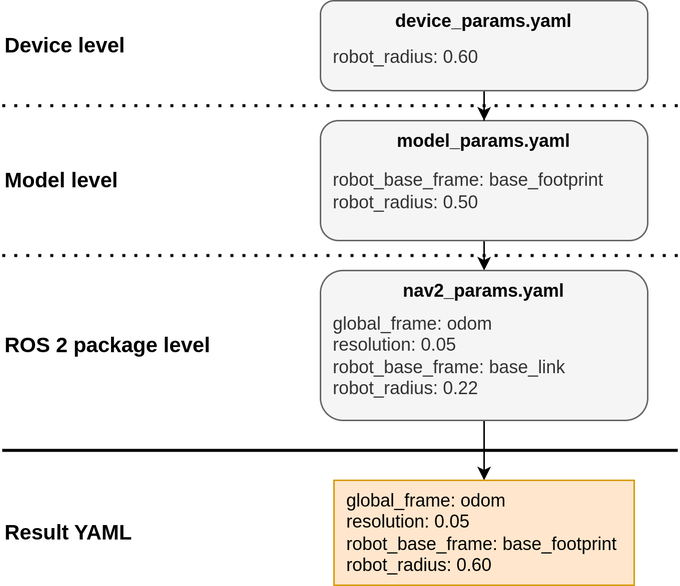
Karelics/param_configuration keeps this draw.io diagram as images/yaml_overlaying.drawio.png. Above is the earlier version. Source tidied: cells renumbered, new cells last; positions are measured from the earlier drawing's top-left corner, leaving out a move shared by most shapes.
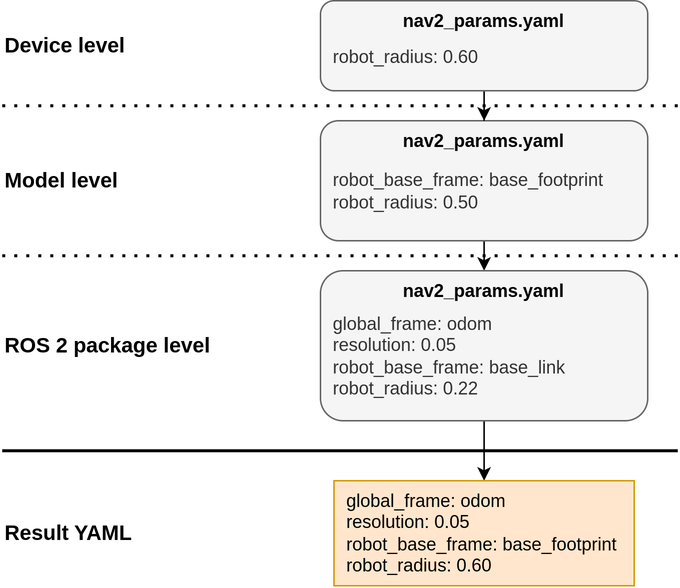
Above is the later version.

Commit message:
Update yaml file names in overlaying image

Diff of the diagram source:
```diff
@@ -23,17 +23,17 @@
     <mxCell id="8" value="&lt;div style=&quot;color: rgb(0, 0, 0); font-family: Helvetica; font-size: 12px; font-style: normal; font-variant-ligatures: normal; font-variant-caps: normal; font-weight: 400; letter-spacing: normal; orphans: 2; text-align: left; text-indent: 0px; text-transform: none; widows: 2; word-spacing: 0px; -webkit-text-stroke-width: 0px; white-space: normal; text-decoration-thickness: initial; text-decoration-style: initial; text-decoration-color: initial;&quot;&gt;&amp;nbsp; global_frame: odom&lt;br&gt;&lt;/div&gt;&lt;div style=&quot;color: rgb(0, 0, 0); font-family: Helvetica; font-size: 12px; font-style: normal; font-variant-ligatures: normal; font-variant-caps: normal; font-weight: 400; letter-spacing: normal; orphans: 2; text-align: left; text-indent: 0px; text-transform: none; widows: 2; word-spacing: 0px; -webkit-text-stroke-width: 0px; white-space: normal; text-decoration-thickness: initial; text-decoration-style: initial; text-decoration-color: initial;&quot;&gt;&lt;div style=&quot;&quot;&gt;&amp;nbsp; resolution: 0.05&lt;br&gt;&lt;/div&gt;&lt;div style=&quot;&quot;&gt;&amp;nbsp; robot_base_frame: base_footprint&lt;/div&gt;&lt;div style=&quot;&quot;&gt;&amp;nbsp; robot_radius: 0.60&lt;/div&gt;&lt;/div&gt;" style="rounded=0;whiteSpace=wrap;html=1;align=left;fillColor=#ffe6cc;strokeColor=#d79b00;" parent="1" vertex="1">
       <mxGeometry x="221" y="320" width="200" height="70" as="geometry" />
     </mxCell>
-    <mxCell id="9" value="&lt;b&gt;device_params.yaml&lt;/b&gt;&lt;div&gt;&lt;br style=&quot;color: rgb(0, 0, 0); font-family: Helvetica; font-size: 12px; font-style: normal; font-variant-ligatures: normal; font-variant-caps: normal; font-weight: 400; letter-spacing: normal; orphans: 2; text-indent: 0px; text-transform: none; widows: 2; word-spacing: 0px; -webkit-text-stroke-width: 0px; white-space: normal; background-color: rgb(255, 255, 255); text-decoration-thickness: initial; text-decoration-style: initial; text-decoration-color: initial;&quot;&gt;&lt;/div&gt;" style="text;whiteSpace=wrap;html=1;align=center;" parent="1" vertex="1">
+    <mxCell id="9" value="&lt;div&gt;&lt;b&gt;nav2_params.yaml&lt;/b&gt;&lt;br style=&quot;color: rgb(0, 0, 0); font-family: Helvetica; font-size: 12px; font-style: normal; font-variant-ligatures: normal; font-variant-caps: normal; font-weight: 400; letter-spacing: normal; orphans: 2; text-indent: 0px; text-transform: none; widows: 2; word-spacing: 0px; -webkit-text-stroke-width: 0px; white-space: normal; background-color: rgb(255, 255, 255); text-decoration-thickness: initial; text-decoration-style: initial; text-decoration-color: initial;&quot;&gt;&lt;/div&gt;" style="text;whiteSpace=wrap;html=1;align=center;" parent="1" vertex="1">
       <mxGeometry x="246" width="150" height="30" as="geometry" />
     </mxCell>
-    <mxCell id="10" value="&lt;b style=&quot;color: rgb(0, 0, 0); font-family: Helvetica; font-size: 12px; font-style: normal; font-variant-ligatures: normal; font-variant-caps: normal; letter-spacing: normal; orphans: 2; text-indent: 0px; text-transform: none; widows: 2; word-spacing: 0px; -webkit-text-stroke-width: 0px; white-space: normal; text-decoration-thickness: initial; text-decoration-style: initial; text-decoration-color: initial;&quot;&gt;model_params.yaml&lt;/b&gt;" style="text;whiteSpace=wrap;html=1;align=center;" parent="1" vertex="1">
+    <mxCell id="10" value="&lt;b&gt;nav2_params.yaml&lt;/b&gt;" style="text;whiteSpace=wrap;html=1;align=center;" parent="1" vertex="1">
       <mxGeometry x="246" y="80" width="150" height="30" as="geometry" />
     </mxCell>
     <mxCell id="11" value="&lt;div style=&quot;color: rgb(0, 0, 0); font-family: Helvetica; font-size: 12px; font-style: normal; font-variant-ligatures: normal; font-variant-caps: normal; font-weight: 400; letter-spacing: normal; orphans: 2; text-indent: 0px; text-transform: none; widows: 2; word-spacing: 0px; -webkit-text-stroke-width: 0px; white-space: normal; text-decoration-thickness: initial; text-decoration-style: initial; text-decoration-color: initial;&quot;&gt;&lt;b style=&quot;&quot;&gt;nav2_params.yaml&lt;/b&gt;&lt;/div&gt;" style="text;whiteSpace=wrap;html=1;align=center;" parent="1" vertex="1">
       <mxGeometry x="251" y="180" width="140" height="30" as="geometry" />
     </mxCell>
     <mxCell id="12" value="&lt;font style=&quot;font-size: 14px;&quot;&gt;Device level&lt;/font&gt;" style="text;html=1;align=left;verticalAlign=middle;whiteSpace=wrap;rounded=0;fontStyle=1;" parent="1" vertex="1">
-      <mxGeometry y="15" width="90" height="30" as="geometry" />
+      <mxGeometry y="15" width="160" height="30" as="geometry" />
     </mxCell>
     <mxCell id="13" value="&lt;font style=&quot;font-size: 14px;&quot;&gt;Model level&lt;/font&gt;" style="text;html=1;align=left;verticalAlign=middle;whiteSpace=wrap;rounded=0;fontStyle=1;" parent="1" vertex="1">
       <mxGeometry y="105" width="150" height="30" as="geometry" />
```
